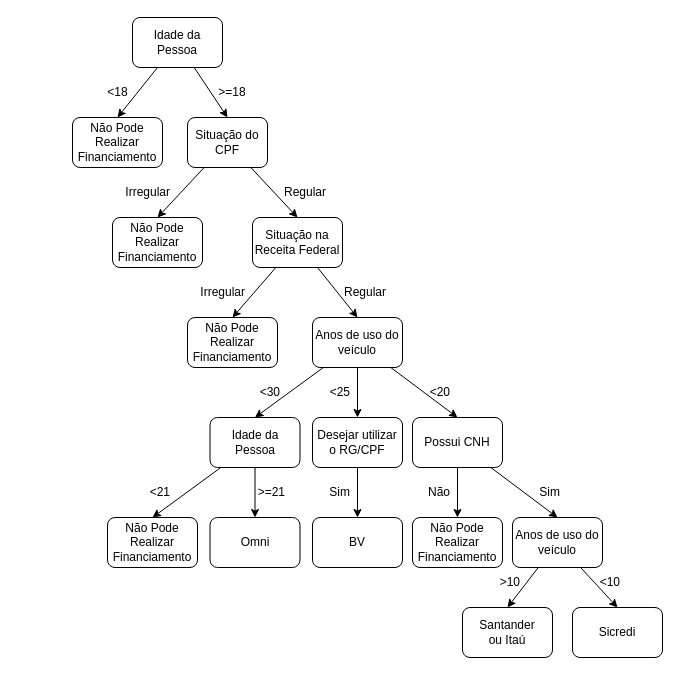
Earlier version of the draw.io diagram diagrams/1.drawio (darkvictor13/Expert-System). Source tidied: cells renumbered, new cells numbered last; positions are measured from the earlier drawing's top-left corner, leaving out a move shared by most shapes. Both pictures are drawn from the tidied source at 100%, with x=0, y=0 at pixel (72, 17).
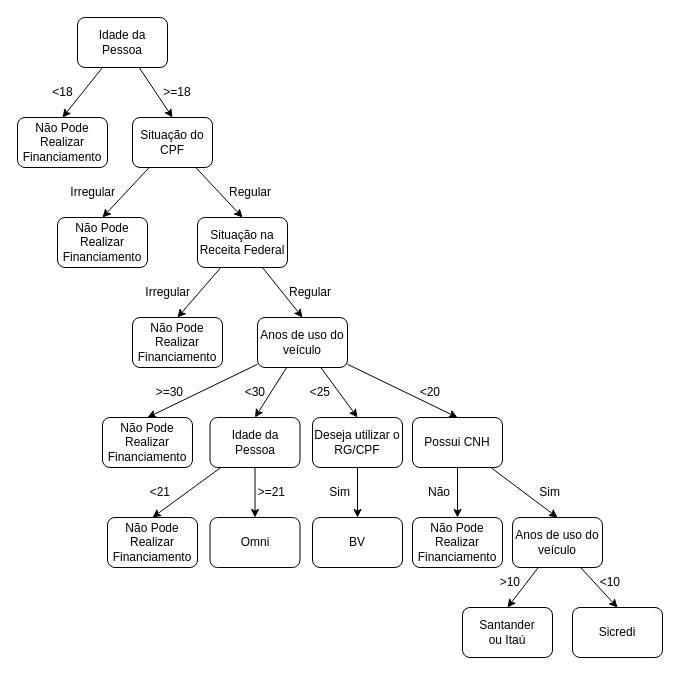
The same diagram, later.

Commit message:
Corrigida a árvore/2

Change to the diagram source:
```diff
@@
     <mxCell id="2" value="Não Pode Realizar Financiamento" style="rounded=1;whiteSpace=wrap;html=1;" parent="1" vertex="1">
-      <mxGeometry y="100" width="90" height="50" as="geometry" />
+      <mxGeometry x="-55" y="100" width="90" height="50" as="geometry" />
     </mxCell>
@@
     <mxCell id="5" value="Situação do CPF" style="rounded=1;whiteSpace=wrap;html=1;" parent="1" vertex="1">
-      <mxGeometry x="115" y="100" width="80" height="50" as="geometry" />
+      <mxGeometry x="60" y="100" width="80" height="50" as="geometry" />
     </mxCell>
     <mxCell id="6" value="&amp;lt;18" style="text;html=1;strokeColor=none;fillColor=none;align=center;verticalAlign=middle;whiteSpace=wrap;rounded=0;" parent="1" vertex="1">
-      <mxGeometry x="27.5" y="60" width="35" height="30" as="geometry" />
+      <mxGeometry x="-27.5" y="60" width="35" height="30" as="geometry" />
     </mxCell>
     <mxCell id="7" value="&amp;gt;=18" style="text;html=1;strokeColor=none;fillColor=none;align=center;verticalAlign=middle;whiteSpace=wrap;rounded=0;" parent="1" vertex="1">
-      <mxGeometry x="145" y="60" width="30" height="30" as="geometry" />
+      <mxGeometry x="90" y="60" width="30" height="30" as="geometry" />
     </mxCell>
     <mxCell id="8" value="Não Pode Realizar Financiamento" style="rounded=1;whiteSpace=wrap;html=1;" parent="1" vertex="1">
-      <mxGeometry x="40" y="200" width="90" height="50" as="geometry" />
+      <mxGeometry x="-15" y="200" width="90" height="50" as="geometry" />
     </mxCell>
     <mxCell id="9" value="Irregular" style="text;html=1;strokeColor=none;fillColor=none;align=right;verticalAlign=middle;whiteSpace=wrap;rounded=0;" parent="1" vertex="1">
-      <mxGeometry x="40" y="160" width="60" height="30" as="geometry" />
+      <mxGeometry x="-15" y="160" width="60" height="30" as="geometry" />
     </mxCell>
@@
     <mxCell id="12" value="Situação na Receita Federal" style="rounded=1;whiteSpace=wrap;html=1;" parent="1" vertex="1">
-      <mxGeometry x="180" y="200" width="90" height="50" as="geometry" />
+      <mxGeometry x="125" y="200" width="90" height="50" as="geometry" />
     </mxCell>
     <mxCell id="13" value="Regular" style="text;html=1;strokeColor=none;fillColor=none;align=left;verticalAlign=middle;whiteSpace=wrap;rounded=0;" parent="1" vertex="1">
-      <mxGeometry x="210" y="160" width="60" height="30" as="geometry" />
+      <mxGeometry x="155" y="160" width="60" height="30" as="geometry" />
     </mxCell>
     <mxCell id="14" value="Não Pode Realizar Financiamento" style="rounded=1;whiteSpace=wrap;html=1;" parent="1" vertex="1">
-      <mxGeometry x="115" y="300" width="90" height="50" as="geometry" />
+      <mxGeometry x="60" y="300" width="90" height="50" as="geometry" />
     </mxCell>
     <mxCell id="15" value="Irregular" style="text;html=1;strokeColor=none;fillColor=none;align=right;verticalAlign=middle;whiteSpace=wrap;rounded=0;" parent="1" vertex="1">
-      <mxGeometry x="115" y="260" width="60" height="30" as="geometry" />
+      <mxGeometry x="60" y="260" width="60" height="30" as="geometry" />
     </mxCell>
@@
+    <mxCell id="51" style="edgeStyle=none;html=1;entryX=0.5;entryY=0;entryDx=0;entryDy=0;" parent="1" edge="1" source="19" target="52">
+      <mxGeometry relative="1" as="geometry" />
+    </mxCell>
     <mxCell id="19" value="Anos de uso do veículo" style="rounded=1;whiteSpace=wrap;html=1;" parent="1" vertex="1">
-      <mxGeometry x="240" y="300" width="90" height="50" as="geometry" />
+      <mxGeometry x="185" y="300" width="90" height="50" as="geometry" />
     </mxCell>
     <mxCell id="20" value="Regular" style="text;html=1;strokeColor=none;fillColor=none;align=left;verticalAlign=middle;whiteSpace=wrap;rounded=0;" parent="1" vertex="1">
-      <mxGeometry x="270" y="260" width="60" height="30" as="geometry" />
+      <mxGeometry x="215" y="260" width="60" height="30" as="geometry" />
     </mxCell>
     <mxCell id="21" value="&amp;lt;30" style="text;html=1;strokeColor=none;fillColor=none;align=right;verticalAlign=middle;whiteSpace=wrap;rounded=0;" parent="1" vertex="1">
-      <mxGeometry x="185" y="360" width="25" height="30" as="geometry" />
+      <mxGeometry x="170" y="360" width="25" height="30" as="geometry" />
     </mxCell>
@@
     <mxCell id="25" value="&amp;lt;25" style="text;html=1;strokeColor=none;fillColor=none;align=right;verticalAlign=middle;whiteSpace=wrap;rounded=0;" parent="1" vertex="1">
-      <mxGeometry x="260" y="360" width="20" height="30" as="geometry" />
+      <mxGeometry x="240" y="360" width="20" height="30" as="geometry" />
     </mxCell>
@@
     <mxCell id="28" value="Idade da Pessoa" style="rounded=1;whiteSpace=wrap;html=1;" parent="1" vertex="1">
-      <mxGeometry x="60" width="90" height="50" as="geometry" />
+      <mxGeometry x="5" width="90" height="50" as="geometry" />
     </mxCell>
     <mxCell id="29" value="&amp;lt;20" style="text;html=1;strokeColor=none;fillColor=none;align=right;verticalAlign=middle;whiteSpace=wrap;rounded=0;" parent="1" vertex="1">
-      <mxGeometry x="360" y="360" width="20" height="30" as="geometry" />
+      <mxGeometry x="350" y="360" width="20" height="30" as="geometry" />
     </mxCell>
@@
-    <mxCell id="31" value="Desejar utilizar o RG/CPF" style="rounded=1;whiteSpace=wrap;html=1;" parent="1" vertex="1">
+    <mxCell id="31" value="Deseja utilizar o RG/CPF" style="rounded=1;whiteSpace=wrap;html=1;" parent="1" vertex="1">
       <mxGeometry x="240" y="400" width="90" height="50" as="geometry" />
     </mxCell>
@@
+    <mxCell id="52" value="Não Pode Realizar Financiamento" style="rounded=1;whiteSpace=wrap;html=1;" parent="1" vertex="1">
+      <mxGeometry x="30" y="400" width="90" height="50" as="geometry" />
+    </mxCell>
+    <mxCell id="53" value="&amp;gt;=30" style="text;html=1;strokeColor=none;fillColor=none;align=right;verticalAlign=middle;whiteSpace=wrap;rounded=0;" parent="1" vertex="1">
+      <mxGeometry x="87.5" y="360" width="25" height="30" as="geometry" />
+    </mxCell>
```
